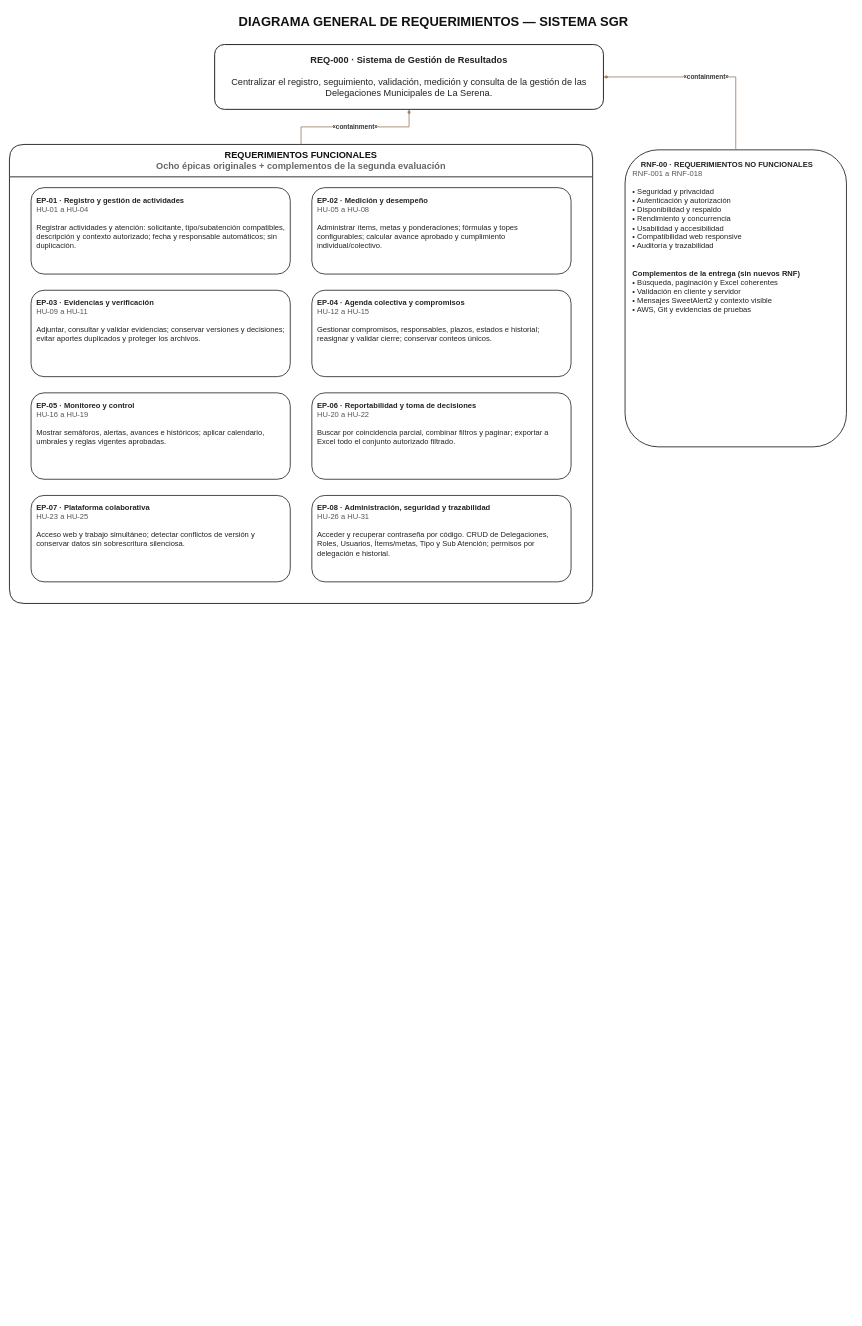
Earlier version of the draw.io diagram docs/uml/01_requerimientos/Diagrama_General_Requerimientos_SGR.drawio (MasterCapehart/sgr-proyecto-integrado). Source tidied: cells renumbered, new cells numbered last; positions are measured from the earlier drawing's top-left corner, leaving out a move shared by most shapes. Both pictures are drawn from the tidied source at 54%, with x=0, y=0 at pixel (9, 9).
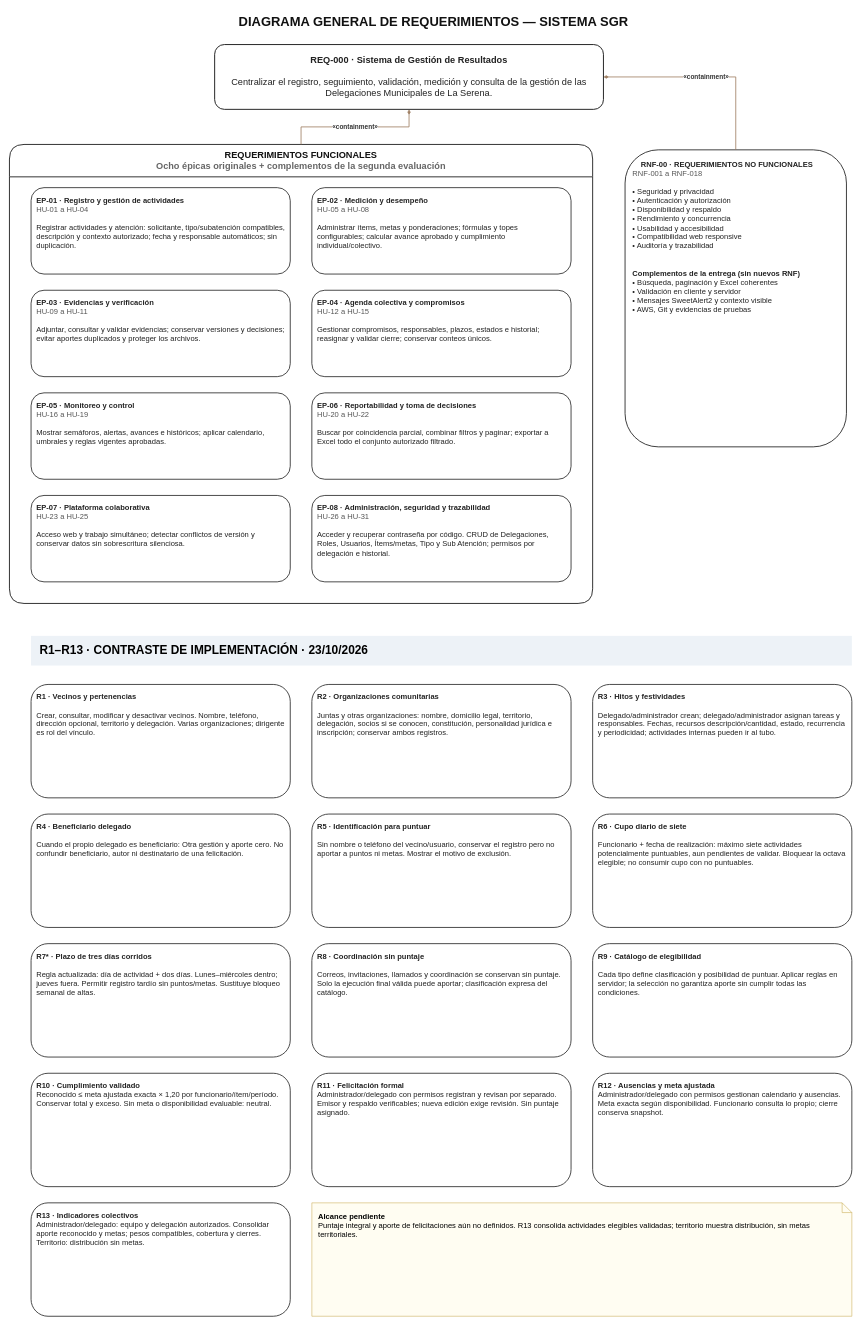
Above is the later version.

The edit, as a diff of the source:
```diff
@@
+    <mxCell id="16" value="R1–R13 · CONTRASTE DE IMPLEMENTACIÓN · 23/10/2026" style="text;html=1;strokeColor=none;fillColor=#EDF2F7;align=left;verticalAlign=middle;fontSize=22;fontStyle=1;spacingLeft=14;" parent="1" vertex="1">
+      <mxGeometry x="40" y="1160" width="1520" height="55" as="geometry" />
+    </mxCell>
+    <mxCell id="17" value="&lt;b&gt;R1 · Vecinos y pertenencias&lt;/b&gt;&lt;br&gt;&lt;br&gt;Crear, consultar, modificar y desactivar vecinos. Nombre, teléfono, dirección opcional, territorio y delegación. Varias organizaciones; dirigente es rol del vínculo." style="rounded=1;whiteSpace=wrap;html=1;fillColor=#FFFFFF;strokeColor=#222222;fontColor=#222222;fontSize=14;spacing=10;align=left;verticalAlign=top;strokeWidth=1.5;shadow=0;" parent="1" vertex="1">
+      <mxGeometry x="40" y="1250" width="480" height="210" as="geometry" />
+    </mxCell>
+    <mxCell id="18" value="&lt;b&gt;R2 · Organizaciones comunitarias&lt;/b&gt;&lt;br&gt;&lt;br&gt;Juntas y otras organizaciones: nombre, domicilio legal, territorio, delegación, socios si se conocen, constitución, personalidad jurídica e inscripción; conservar ambos registros." style="rounded=1;whiteSpace=wrap;html=1;fillColor=#FFFFFF;strokeColor=#222222;fontColor=#222222;fontSize=14;spacing=10;align=left;verticalAlign=top;strokeWidth=1.5;shadow=0;" parent="1" vertex="1">
+      <mxGeometry x="560" y="1250" width="480" height="210" as="geometry" />
+    </mxCell>
+    <mxCell id="19" value="&lt;b&gt;R3 · Hitos y festividades&lt;/b&gt;&lt;br&gt;&lt;br&gt;Delegado/administrador crean; delegado/administrador asignan tareas y responsables. Fechas, recursos descripción/cantidad, estado, recurrencia y periodicidad; actividades internas pueden ir al tubo." style="rounded=1;whiteSpace=wrap;html=1;fillColor=#FFFFFF;strokeColor=#222222;fontColor=#222222;fontSize=14;spacing=10;align=left;verticalAlign=top;strokeWidth=1.5;shadow=0;" parent="1" vertex="1">
+      <mxGeometry x="1080" y="1250" width="480" height="210" as="geometry" />
+    </mxCell>
+    <mxCell id="20" value="&lt;b&gt;R4 · Beneficiario delegado&lt;/b&gt;&lt;br&gt;&lt;br&gt;Cuando el propio delegado es beneficiario: Otra gestión y aporte cero. No confundir beneficiario, autor ni destinatario de una felicitación." style="rounded=1;whiteSpace=wrap;html=1;fillColor=#FFFFFF;strokeColor=#222222;fontColor=#222222;fontSize=14;spacing=10;align=left;verticalAlign=top;strokeWidth=1.5;shadow=0;" parent="1" vertex="1">
+      <mxGeometry x="40" y="1490" width="480" height="210" as="geometry" />
+    </mxCell>
+    <mxCell id="21" value="&lt;b&gt;R5 · Identificación para puntuar&lt;/b&gt;&lt;br&gt;&lt;br&gt;Sin nombre o teléfono del vecino/usuario, conservar el registro pero no aportar a puntos ni metas. Mostrar el motivo de exclusión." style="rounded=1;whiteSpace=wrap;html=1;fillColor=#FFFFFF;strokeColor=#222222;fontColor=#222222;fontSize=14;spacing=10;align=left;verticalAlign=top;strokeWidth=1.5;shadow=0;" parent="1" vertex="1">
+      <mxGeometry x="560" y="1490" width="480" height="210" as="geometry" />
+    </mxCell>
+    <mxCell id="22" value="&lt;b&gt;R6 · Cupo diario de siete&lt;/b&gt;&lt;br&gt;&lt;br&gt;Funcionario + fecha de realización: máximo siete actividades potencialmente puntuables, aun pendientes de validar. Bloquear la octava elegible; no consumir cupo con no puntuables." style="rounded=1;whiteSpace=wrap;html=1;fillColor=#FFFFFF;strokeColor=#222222;fontColor=#222222;fontSize=14;spacing=10;align=left;verticalAlign=top;strokeWidth=1.5;shadow=0;" parent="1" vertex="1">
+      <mxGeometry x="1080" y="1490" width="480" height="210" as="geometry" />
+    </mxCell>
+    <mxCell id="23" value="&lt;b&gt;R7* · Plazo de tres días corridos&lt;/b&gt;&lt;br&gt;&lt;br&gt;Regla actualizada: día de actividad + dos días. Lunes–miércoles dentro; jueves fuera. Permitir registro tardío sin puntos/metas. Sustituye bloqueo semanal de altas." style="rounded=1;whiteSpace=wrap;html=1;fillColor=#FFFFFF;strokeColor=#222222;fontColor=#222222;fontSize=14;spacing=10;align=left;verticalAlign=top;strokeWidth=1.5;shadow=0;" parent="1" vertex="1">
+      <mxGeometry x="40" y="1730" width="480" height="210" as="geometry" />
+    </mxCell>
+    <mxCell id="24" value="&lt;b&gt;R8 · Coordinación sin puntaje&lt;/b&gt;&lt;br&gt;&lt;br&gt;Correos, invitaciones, llamados y coordinación se conservan sin puntaje. Solo la ejecución final válida puede aportar; clasificación expresa del catálogo." style="rounded=1;whiteSpace=wrap;html=1;fillColor=#FFFFFF;strokeColor=#222222;fontColor=#222222;fontSize=14;spacing=10;align=left;verticalAlign=top;strokeWidth=1.5;shadow=0;" parent="1" vertex="1">
+      <mxGeometry x="560" y="1730" width="480" height="210" as="geometry" />
+    </mxCell>
+    <mxCell id="25" value="&lt;b&gt;R9 · Catálogo de elegibilidad&lt;/b&gt;&lt;br&gt;&lt;br&gt;Cada tipo define clasificación y posibilidad de puntuar. Aplicar reglas en servidor; la selección no garantiza aporte sin cumplir todas las condiciones." style="rounded=1;whiteSpace=wrap;html=1;fillColor=#FFFFFF;strokeColor=#222222;fontColor=#222222;fontSize=14;spacing=10;align=left;verticalAlign=top;strokeWidth=1.5;shadow=0;" parent="1" vertex="1">
+      <mxGeometry x="1080" y="1730" width="480" height="210" as="geometry" />
+    </mxCell>
+    <mxCell id="26" value="&lt;b&gt;R10 · Cumplimiento validado&lt;/b&gt;&lt;br&gt;Reconocido ≤ meta ajustada exacta × 1,20 por funcionario/ítem/período. Conservar total y exceso. Sin meta o disponibilidad evaluable: neutral." style="rounded=1;whiteSpace=wrap;html=1;fillColor=#FFFFFF;strokeColor=#222222;fontColor=#222222;fontSize=14;spacing=10;align=left;verticalAlign=top;strokeWidth=1.5;shadow=0;" parent="1" vertex="1">
+      <mxGeometry x="40" y="1970" width="480" height="210" as="geometry" />
+    </mxCell>
+    <mxCell id="27" value="&lt;b&gt;R11 · Felicitación formal&lt;/b&gt;&lt;br&gt;Administrador/delegado con permisos registran y revisan por separado. Emisor y respaldo verificables; nueva edición exige revisión. Sin puntaje asignado." style="rounded=1;whiteSpace=wrap;html=1;fillColor=#FFFFFF;strokeColor=#222222;fontColor=#222222;fontSize=14;spacing=10;align=left;verticalAlign=top;strokeWidth=1.5;shadow=0;" parent="1" vertex="1">
+      <mxGeometry x="560" y="1970" width="480" height="210" as="geometry" />
+    </mxCell>
+    <mxCell id="28" value="&lt;b&gt;R12 · Ausencias y meta ajustada&lt;/b&gt;&lt;br&gt;Administrador/delegado con permisos gestionan calendario y ausencias. Meta exacta según disponibilidad. Funcionario consulta lo propio; cierre conserva snapshot." style="rounded=1;whiteSpace=wrap;html=1;fillColor=#FFFFFF;strokeColor=#222222;fontColor=#222222;fontSize=14;spacing=10;align=left;verticalAlign=top;strokeWidth=1.5;shadow=0;" parent="1" vertex="1">
+      <mxGeometry x="1080" y="1970" width="480" height="210" as="geometry" />
+    </mxCell>
+    <mxCell id="29" value="&lt;b&gt;R13 · Indicadores colectivos&lt;/b&gt;&lt;br&gt;Administrador/delegado: equipo y delegación autorizados. Consolidar aporte reconocido y metas; pesos compatibles, cobertura y cierres. Territorio: distribución sin metas." style="rounded=1;whiteSpace=wrap;html=1;fillColor=#FFFFFF;strokeColor=#222222;fontColor=#222222;fontSize=14;spacing=10;align=left;verticalAlign=top;strokeWidth=1.5;shadow=0;" parent="1" vertex="1">
+      <mxGeometry x="40" y="2210" width="480" height="210" as="geometry" />
+    </mxCell>
+    <mxCell id="30" value="&lt;b&gt;Alcance pendiente&lt;/b&gt;&lt;br&gt;Puntaje integral y aporte de felicitaciones aún no definidos. R13 consolida actividades elegibles validadas; territorio muestra distribución, sin metas territoriales." style="shape=note;whiteSpace=wrap;html=1;size=18;fillColor=#FFFDF2;strokeColor=#C8A951;fontSize=14;align=left;verticalAlign=top;spacing=12;" parent="1" vertex="1">
+      <mxGeometry x="560" y="2210" width="1000" height="210" as="geometry" />
+    </mxCell>
```
